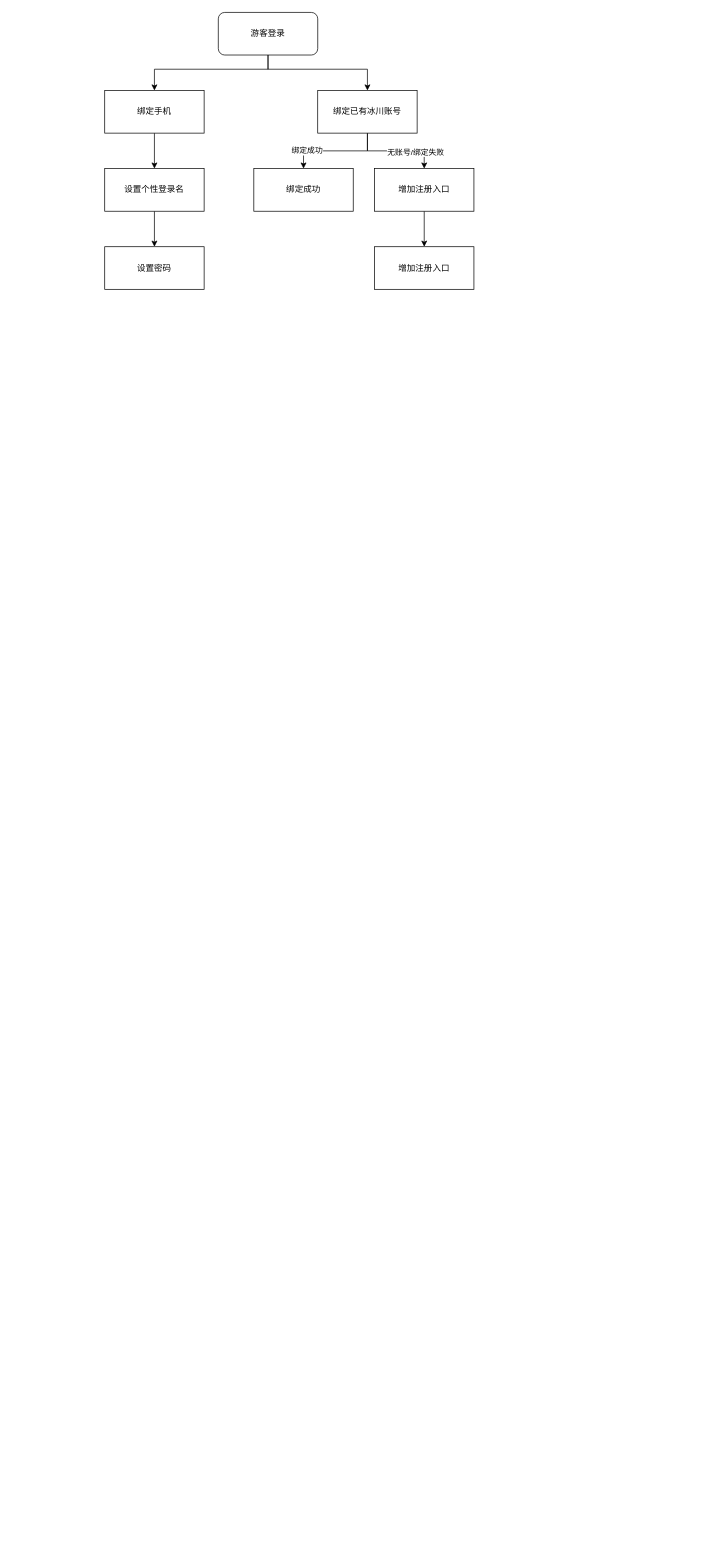
The draw.io diagram page "游客升级" (3 of 4) of SDK1期.drawio in a3336595/-, before the edit. Source tidied: cells renumbered, new cells numbered last; positions are measured from the earlier drawing's top-left corner, leaving out a move shared by most shapes. Both pictures are drawn from the tidied source at 71%, with x=0, y=0 at pixel (104, 12).
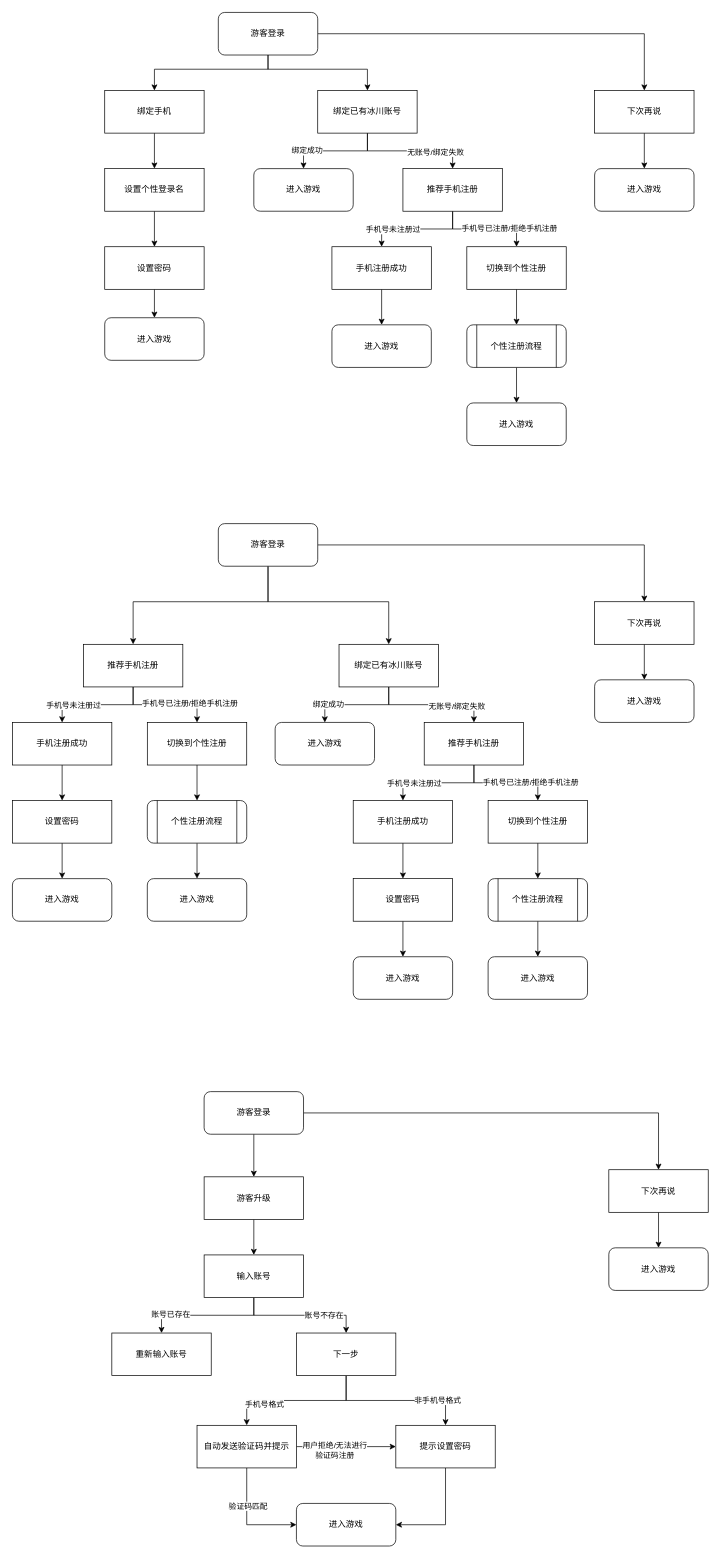
The same page after the edit.

The change refers to these unchanged cells:
```xml
<mxCell id="4" value="游客登录" style="rounded=1;whiteSpace=wrap;html=1;" parent="1" vertex="1">
  <mxGeometry x="160" width="140" height="60" as="geometry" />
</mxCell>
<mxCell id="14" value="设置密码" style="rounded=0;whiteSpace=wrap;html=1;" parent="1" vertex="1">
  <mxGeometry y="330" width="140" height="60" as="geometry" />
</mxCell>
<mxCell id="15" style="edgeStyle=orthogonalEdgeStyle;rounded=0;jettySize=auto;html=1;" parent="1" edge="1" source="16" target="17">
  <mxGeometry relative="1" as="geometry" />
</mxCell>
```

What changed in the source:
```diff
@@
+    <mxCell id="19" style="edgeStyle=orthogonalEdgeStyle;rounded=0;jettySize=auto;html=1;entryX=0.5;entryY=0;entryDx=0;entryDy=0;" parent="1" edge="1" source="4" target="33">
+      <mxGeometry relative="1" as="geometry" />
+    </mxCell>
@@
+    <mxCell id="20" style="edgeStyle=orthogonalEdgeStyle;rounded=0;jettySize=auto;html=1;entryX=0.5;entryY=0;entryDx=0;entryDy=0;" parent="1" edge="1" source="14" target="27">
+      <mxGeometry relative="1" as="geometry" />
+    </mxCell>
@@
+    <mxCell id="21" value="手机号已注册/拒绝手机注册" style="edgeLabel;html=1;align=center;verticalAlign=middle;" parent="15" vertex="1">
+      <mxGeometry x="0.49" y="2" relative="1" as="geometry" />
+    </mxCell>
+    <mxCell id="22" style="edgeStyle=orthogonalEdgeStyle;rounded=0;jettySize=auto;html=1;" parent="1" edge="1" source="16" target="26">
+      <mxGeometry relative="1" as="geometry" />
+    </mxCell>
+    <mxCell id="23" value="手机号未注册过" style="edgeLabel;html=1;align=center;verticalAlign=middle;" parent="22" vertex="1">
+      <mxGeometry x="0.46" relative="1" as="geometry" />
+    </mxCell>
-    <mxCell id="16" value="增加注册入口" style="rounded=0;whiteSpace=wrap;html=1;" parent="1" vertex="1">
-      <mxGeometry x="380" y="220" width="140" height="60" as="geometry" />
+    <mxCell id="16" value="推荐手机注册" style="rounded=0;whiteSpace=wrap;html=1;" parent="1" vertex="1">
+      <mxGeometry x="420" y="220" width="140" height="60" as="geometry" />
     </mxCell>
+    <mxCell id="24" style="edgeStyle=orthogonalEdgeStyle;rounded=0;jettySize=auto;html=1;" parent="1" edge="1" source="17" target="30">
+      <mxGeometry relative="1" as="geometry" />
+    </mxCell>
-    <mxCell id="17" value="增加注册入口" style="rounded=0;whiteSpace=wrap;html=1;" parent="1" vertex="1">
-      <mxGeometry x="380" y="330" width="140" height="60" as="geometry" />
+    <mxCell id="17" value="切换到个性注册" style="rounded=0;whiteSpace=wrap;html=1;" parent="1" vertex="1">
+      <mxGeometry x="510" y="330" width="140" height="60" as="geometry" />
     </mxCell>
-    <mxCell id="18" value="绑定成功" style="rounded=0;whiteSpace=wrap;html=1;" parent="1" vertex="1">
+    <mxCell id="18" value="进入游戏" style="rounded=1;whiteSpace=wrap;html=1;" parent="1" vertex="1">
       <mxGeometry x="210" y="220" width="140" height="60" as="geometry" />
     </mxCell>
+    <mxCell id="25" style="edgeStyle=orthogonalEdgeStyle;rounded=0;jettySize=auto;html=1;" parent="1" edge="1" source="26" target="28">
+      <mxGeometry relative="1" as="geometry" />
+    </mxCell>
+    <mxCell id="26" value="手机注册成功" style="rounded=0;whiteSpace=wrap;html=1;" parent="1" vertex="1">
+      <mxGeometry x="320" y="330" width="140" height="60" as="geometry" />
+    </mxCell>
+    <mxCell id="27" value="进入游戏" style="rounded=1;whiteSpace=wrap;html=1;" parent="1" vertex="1">
+      <mxGeometry y="430" width="140" height="60" as="geometry" />
+    </mxCell>
+    <mxCell id="28" value="进入游戏" style="rounded=1;whiteSpace=wrap;html=1;" parent="1" vertex="1">
+      <mxGeometry x="320" y="440" width="140" height="60" as="geometry" />
+    </mxCell>
+    <mxCell id="29" style="edgeStyle=orthogonalEdgeStyle;rounded=0;jettySize=auto;html=1;" parent="1" edge="1" source="30" target="31">
+      <mxGeometry relative="1" as="geometry" />
+    </mxCell>
+    <mxCell id="30" value="个性注册流程" style="shape=process;whiteSpace=wrap;html=1;backgroundOutline=1;rounded=1;" parent="1" vertex="1">
+      <mxGeometry x="510" y="440" width="140" height="60" as="geometry" />
+    </mxCell>
+    <mxCell id="31" value="进入游戏" style="rounded=1;whiteSpace=wrap;html=1;" parent="1" vertex="1">
+      <mxGeometry x="510" y="550" width="140" height="60" as="geometry" />
+    </mxCell>
+    <mxCell id="32" style="edgeStyle=orthogonalEdgeStyle;rounded=0;jettySize=auto;html=1;" parent="1" edge="1" source="33" target="34">
+      <mxGeometry relative="1" as="geometry" />
+    </mxCell>
+    <mxCell id="33" value="下次再说" style="rounded=0;whiteSpace=wrap;html=1;" parent="1" vertex="1">
+      <mxGeometry x="690" y="110" width="140" height="60" as="geometry" />
+    </mxCell>
+    <mxCell id="34" value="进入游戏" style="rounded=1;whiteSpace=wrap;html=1;" parent="1" vertex="1">
+      <mxGeometry x="690" y="220" width="140" height="60" as="geometry" />
+    </mxCell>
+    <mxCell id="35" style="edgeStyle=orthogonalEdgeStyle;rounded=0;jettySize=auto;html=1;entryX=0.5;entryY=0;entryDx=0;entryDy=0;" parent="1" edge="1" source="38" target="59">
+      <mxGeometry relative="1" as="geometry" />
+    </mxCell>
+    <mxCell id="36" style="edgeStyle=orthogonalEdgeStyle;rounded=0;jettySize=auto;html=1;entryX=0.5;entryY=0;entryDx=0;entryDy=0;" parent="1" edge="1" target="67">
+      <mxGeometry relative="1" as="geometry">
+        <mxPoint x="230" y="780" as="sourcePoint" />
+        <Array as="points">
+          <mxPoint x="230" y="830" />
+          <mxPoint x="40" y="830" />
+        </Array>
+      </mxGeometry>
+    </mxCell>
+    <mxCell id="37" style="edgeStyle=orthogonalEdgeStyle;rounded=0;jettySize=auto;html=1;entryX=0.5;entryY=0;entryDx=0;entryDy=0;exitX=0.5;exitY=1;exitDx=0;exitDy=0;" parent="1" edge="1" source="38" target="43">
+      <mxGeometry relative="1" as="geometry">
+        <Array as="points">
+          <mxPoint x="230" y="830" />
+          <mxPoint x="400" y="830" />
+        </Array>
+      </mxGeometry>
+    </mxCell>
+    <mxCell id="38" value="游客登录" style="rounded=1;whiteSpace=wrap;html=1;" parent="1" vertex="1">
+      <mxGeometry x="160" y="720" width="140" height="60" as="geometry" />
+    </mxCell>
+    <mxCell id="39" style="edgeStyle=orthogonalEdgeStyle;rounded=0;jettySize=auto;html=1;" parent="1" edge="1" source="43" target="48">
+      <mxGeometry relative="1" as="geometry" />
+    </mxCell>
+    <mxCell id="40" value="无账号/绑定失败" style="edgeLabel;html=1;align=center;verticalAlign=middle;" parent="39" vertex="1">
+      <mxGeometry x="0.41" y="-1" relative="1" as="geometry" />
+    </mxCell>
+    <mxCell id="41" style="edgeStyle=orthogonalEdgeStyle;rounded=0;jettySize=auto;html=1;entryX=0.5;entryY=0;entryDx=0;entryDy=0;" parent="1" edge="1" source="43" target="51">
+      <mxGeometry relative="1" as="geometry" />
+    </mxCell>
+    <mxCell id="42" value="&lt;span style=&quot;font: 11px / 1.2 &amp;#34;helvetica&amp;#34; ; text-align: center ; color: rgb(0 , 0 , 0) ; text-transform: none ; text-indent: 0px ; letter-spacing: normal ; text-decoration: none ; word-spacing: 0px ; display: inline ; float: none ; overflow-wrap: normal ; background-color: rgb(255 , 255 , 255)&quot;&gt;绑定成功&lt;/span&gt;" style="edgeLabel;html=1;align=center;verticalAlign=middle;" parent="41" vertex="1">
+      <mxGeometry x="0.59" y="-1" relative="1" as="geometry" />
+    </mxCell>
+    <mxCell id="43" value="绑定已有冰川账号" style="rounded=0;whiteSpace=wrap;html=1;" parent="1" vertex="1">
+      <mxGeometry x="330" y="890" width="140" height="60" as="geometry" />
+    </mxCell>
+    <mxCell id="44" style="edgeStyle=orthogonalEdgeStyle;rounded=0;jettySize=auto;html=1;" parent="1" edge="1" source="48" target="50">
+      <mxGeometry relative="1" as="geometry" />
+    </mxCell>
+    <mxCell id="45" value="手机号已注册/拒绝手机注册" style="edgeLabel;html=1;align=center;verticalAlign=middle;" parent="44" vertex="1">
+      <mxGeometry x="0.49" y="2" relative="1" as="geometry" />
+    </mxCell>
+    <mxCell id="46" style="edgeStyle=orthogonalEdgeStyle;rounded=0;jettySize=auto;html=1;" parent="1" edge="1" source="48" target="53">
+      <mxGeometry relative="1" as="geometry" />
+    </mxCell>
+    <mxCell id="47" value="手机号未注册过" style="edgeLabel;html=1;align=center;verticalAlign=middle;" parent="46" vertex="1">
+      <mxGeometry x="0.46" relative="1" as="geometry" />
+    </mxCell>
+    <mxCell id="48" value="推荐手机注册" style="rounded=0;whiteSpace=wrap;html=1;" parent="1" vertex="1">
+      <mxGeometry x="450" y="1000" width="140" height="60" as="geometry" />
+    </mxCell>
+    <mxCell id="49" style="edgeStyle=orthogonalEdgeStyle;rounded=0;jettySize=auto;html=1;" parent="1" edge="1" source="50" target="56">
+      <mxGeometry relative="1" as="geometry" />
+    </mxCell>
+    <mxCell id="50" value="切换到个性注册" style="rounded=0;whiteSpace=wrap;html=1;" parent="1" vertex="1">
+      <mxGeometry x="540" y="1110" width="140" height="60" as="geometry" />
+    </mxCell>
+    <mxCell id="51" value="进入游戏" style="rounded=1;whiteSpace=wrap;html=1;" parent="1" vertex="1">
+      <mxGeometry x="240" y="1000" width="140" height="60" as="geometry" />
+    </mxCell>
+    <mxCell id="52" style="edgeStyle=orthogonalEdgeStyle;rounded=0;jettySize=auto;html=1;entryX=0.5;entryY=0;entryDx=0;entryDy=0;" parent="1" edge="1" source="53" target="62">
+      <mxGeometry relative="1" as="geometry" />
+    </mxCell>
+    <mxCell id="53" value="手机注册成功" style="rounded=0;whiteSpace=wrap;html=1;" parent="1" vertex="1">
+      <mxGeometry x="350" y="1110" width="140" height="60" as="geometry" />
+    </mxCell>
+    <mxCell id="54" value="进入游戏" style="rounded=1;whiteSpace=wrap;html=1;" parent="1" vertex="1">
+      <mxGeometry x="350" y="1330" width="140" height="60" as="geometry" />
+    </mxCell>
+    <mxCell id="55" style="edgeStyle=orthogonalEdgeStyle;rounded=0;jettySize=auto;html=1;" parent="1" edge="1" source="56" target="57">
+      <mxGeometry relative="1" as="geometry" />
+    </mxCell>
+    <mxCell id="56" value="个性注册流程" style="shape=process;whiteSpace=wrap;html=1;backgroundOutline=1;rounded=1;" parent="1" vertex="1">
+      <mxGeometry x="540" y="1220" width="140" height="60" as="geometry" />
+    </mxCell>
+    <mxCell id="57" value="进入游戏" style="rounded=1;whiteSpace=wrap;html=1;" parent="1" vertex="1">
+      <mxGeometry x="540" y="1330" width="140" height="60" as="geometry" />
+    </mxCell>
+    <mxCell id="58" style="edgeStyle=orthogonalEdgeStyle;rounded=0;jettySize=auto;html=1;" parent="1" edge="1" source="59" target="60">
+      <mxGeometry relative="1" as="geometry" />
+    </mxCell>
+    <mxCell id="59" value="下次再说" style="rounded=0;whiteSpace=wrap;html=1;" parent="1" vertex="1">
+      <mxGeometry x="690" y="830" width="140" height="60" as="geometry" />
+    </mxCell>
+    <mxCell id="60" value="进入游戏" style="rounded=1;whiteSpace=wrap;html=1;" parent="1" vertex="1">
+      <mxGeometry x="690" y="940" width="140" height="60" as="geometry" />
+    </mxCell>
+    <mxCell id="61" style="edgeStyle=orthogonalEdgeStyle;rounded=0;jettySize=auto;html=1;entryX=0.5;entryY=0;entryDx=0;entryDy=0;" parent="1" edge="1" source="62" target="54">
+      <mxGeometry relative="1" as="geometry" />
+    </mxCell>
+    <mxCell id="62" value="设置密码" style="rounded=0;whiteSpace=wrap;html=1;" parent="1" vertex="1">
+      <mxGeometry x="350" y="1220" width="140" height="60" as="geometry" />
+    </mxCell>
+    <mxCell id="63" style="edgeStyle=orthogonalEdgeStyle;rounded=0;jettySize=auto;html=1;" parent="1" edge="1" source="67" target="69">
+      <mxGeometry relative="1" as="geometry" />
+    </mxCell>
+    <mxCell id="64" value="手机号已注册/拒绝手机注册" style="edgeLabel;html=1;align=center;verticalAlign=middle;" parent="63" vertex="1">
+      <mxGeometry x="0.49" y="2" relative="1" as="geometry" />
+    </mxCell>
+    <mxCell id="65" style="edgeStyle=orthogonalEdgeStyle;rounded=0;jettySize=auto;html=1;" parent="1" edge="1" source="67" target="71">
+      <mxGeometry relative="1" as="geometry" />
+    </mxCell>
+    <mxCell id="66" value="手机号未注册过" style="edgeLabel;html=1;align=center;verticalAlign=middle;" parent="65" vertex="1">
+      <mxGeometry x="0.46" relative="1" as="geometry" />
+    </mxCell>
+    <mxCell id="67" value="推荐手机注册" style="rounded=0;whiteSpace=wrap;html=1;" parent="1" vertex="1">
+      <mxGeometry x="-30" y="890" width="140" height="60" as="geometry" />
+    </mxCell>
+    <mxCell id="68" style="edgeStyle=orthogonalEdgeStyle;rounded=0;jettySize=auto;html=1;" parent="1" edge="1" source="69" target="74">
+      <mxGeometry relative="1" as="geometry" />
+    </mxCell>
+    <mxCell id="69" value="切换到个性注册" style="rounded=0;whiteSpace=wrap;html=1;" parent="1" vertex="1">
+      <mxGeometry x="60" y="1000" width="140" height="60" as="geometry" />
+    </mxCell>
+    <mxCell id="70" style="edgeStyle=orthogonalEdgeStyle;rounded=0;jettySize=auto;html=1;entryX=0.5;entryY=0;entryDx=0;entryDy=0;" parent="1" edge="1" source="71" target="77">
+      <mxGeometry relative="1" as="geometry" />
+    </mxCell>
+    <mxCell id="71" value="手机注册成功" style="rounded=0;whiteSpace=wrap;html=1;" parent="1" vertex="1">
+      <mxGeometry x="-130" y="1000" width="140" height="60" as="geometry" />
+    </mxCell>
+    <mxCell id="72" value="进入游戏" style="rounded=1;whiteSpace=wrap;html=1;" parent="1" vertex="1">
+      <mxGeometry x="-130" y="1220" width="140" height="60" as="geometry" />
+    </mxCell>
+    <mxCell id="73" style="edgeStyle=orthogonalEdgeStyle;rounded=0;jettySize=auto;html=1;" parent="1" edge="1" source="74" target="75">
+      <mxGeometry relative="1" as="geometry" />
+    </mxCell>
+    <mxCell id="74" value="个性注册流程" style="shape=process;whiteSpace=wrap;html=1;backgroundOutline=1;rounded=1;" parent="1" vertex="1">
+      <mxGeometry x="60" y="1110" width="140" height="60" as="geometry" />
+    </mxCell>
+    <mxCell id="75" value="进入游戏" style="rounded=1;whiteSpace=wrap;html=1;" parent="1" vertex="1">
+      <mxGeometry x="60" y="1220" width="140" height="60" as="geometry" />
+    </mxCell>
+    <mxCell id="76" style="edgeStyle=orthogonalEdgeStyle;rounded=0;jettySize=auto;html=1;entryX=0.5;entryY=0;entryDx=0;entryDy=0;" parent="1" edge="1" source="77" target="72">
+      <mxGeometry relative="1" as="geometry" />
+    </mxCell>
+    <mxCell id="77" value="设置密码" style="rounded=0;whiteSpace=wrap;html=1;" parent="1" vertex="1">
+      <mxGeometry x="-130" y="1110" width="140" height="60" as="geometry" />
+    </mxCell>
+    <mxCell id="78" style="edgeStyle=orthogonalEdgeStyle;rounded=0;jettySize=auto;html=1;entryX=0.5;entryY=0;entryDx=0;entryDy=0;" parent="1" edge="1" source="80" target="84">
+      <mxGeometry relative="1" as="geometry" />
+    </mxCell>
+    <mxCell id="79" style="edgeStyle=orthogonalEdgeStyle;rounded=0;jettySize=auto;html=1;" parent="1" edge="1" source="80" target="82">
+      <mxGeometry relative="1" as="geometry" />
+    </mxCell>
+    <mxCell id="80" value="游客登录" style="rounded=1;whiteSpace=wrap;html=1;" parent="1" vertex="1">
+      <mxGeometry x="140" y="1520" width="140" height="60" as="geometry" />
+    </mxCell>
+    <mxCell id="81" style="edgeStyle=orthogonalEdgeStyle;rounded=0;jettySize=auto;html=1;" parent="1" edge="1" source="82" target="90">
+      <mxGeometry relative="1" as="geometry" />
+    </mxCell>
+    <mxCell id="82" value="游客升级" style="rounded=0;whiteSpace=wrap;html=1;" parent="1" vertex="1">
+      <mxGeometry x="140" y="1640" width="140" height="60" as="geometry" />
+    </mxCell>
+    <mxCell id="83" style="edgeStyle=orthogonalEdgeStyle;rounded=0;jettySize=auto;html=1;" parent="1" edge="1" source="84" target="85">
+      <mxGeometry relative="1" as="geometry" />
+    </mxCell>
+    <mxCell id="84" value="下次再说" style="rounded=0;whiteSpace=wrap;html=1;" parent="1" vertex="1">
+      <mxGeometry x="710" y="1630" width="140" height="60" as="geometry" />
+    </mxCell>
+    <mxCell id="85" value="进入游戏" style="rounded=1;whiteSpace=wrap;html=1;" parent="1" vertex="1">
+      <mxGeometry x="710" y="1740" width="140" height="60" as="geometry" />
+    </mxCell>
+    <mxCell id="86" style="edgeStyle=orthogonalEdgeStyle;rounded=0;jettySize=auto;html=1;" parent="1" edge="1" source="90" target="95">
+      <mxGeometry relative="1" as="geometry" />
+    </mxCell>
+    <mxCell id="87" value="账号不存在" style="edgeLabel;html=1;align=center;verticalAlign=middle;" parent="86" vertex="1">
+      <mxGeometry x="0.37" y="1" relative="1" as="geometry" />
+    </mxCell>
+    <mxCell id="88" style="edgeStyle=orthogonalEdgeStyle;rounded=0;jettySize=auto;html=1;entryX=0.5;entryY=0;entryDx=0;entryDy=0;" parent="1" edge="1" source="90" target="96">
+      <mxGeometry relative="1" as="geometry" />
+    </mxCell>
+    <mxCell id="89" value="账号已存在" style="edgeLabel;html=1;align=center;verticalAlign=middle;" parent="88" vertex="1">
+      <mxGeometry x="0.59" y="-2" relative="1" as="geometry" />
+    </mxCell>
+    <mxCell id="90" value="输入账号" style="rounded=0;whiteSpace=wrap;html=1;" parent="1" vertex="1">
+      <mxGeometry x="140" y="1750" width="140" height="60" as="geometry" />
+    </mxCell>
+    <mxCell id="91" style="edgeStyle=orthogonalEdgeStyle;rounded=0;jettySize=auto;html=1;" parent="1" edge="1" source="95" target="101">
+      <mxGeometry relative="1" as="geometry" />
+    </mxCell>
+    <mxCell id="92" value="手机号格式" style="edgeLabel;html=1;align=center;verticalAlign=middle;" parent="91" vertex="1">
+      <mxGeometry x="0.44" y="4" relative="1" as="geometry" />
+    </mxCell>
+    <mxCell id="93" style="edgeStyle=orthogonalEdgeStyle;rounded=0;jettySize=auto;html=1;" parent="1" edge="1" source="95" target="103">
+      <mxGeometry relative="1" as="geometry" />
+    </mxCell>
+    <mxCell id="94" value="非手机号格式" style="edgeLabel;html=1;align=center;verticalAlign=middle;" parent="93" vertex="1">
+      <mxGeometry x="0.55" y="1" relative="1" as="geometry" />
+    </mxCell>
+    <mxCell id="95" value="下一步" style="rounded=0;whiteSpace=wrap;html=1;" parent="1" vertex="1">
+      <mxGeometry x="270" y="1860" width="140" height="60" as="geometry" />
+    </mxCell>
+    <mxCell id="96" value="重新输入账号" style="rounded=0;whiteSpace=wrap;html=1;" parent="1" vertex="1">
+      <mxGeometry x="10" y="1860" width="140" height="60" as="geometry" />
+    </mxCell>
+    <mxCell id="97" style="edgeStyle=orthogonalEdgeStyle;rounded=0;jettySize=auto;html=1;entryX=0;entryY=0.5;entryDx=0;entryDy=0;" parent="1" edge="1" source="101" target="104">
+      <mxGeometry relative="1" as="geometry" />
+    </mxCell>
+    <mxCell id="98" value="验证码匹配" style="edgeLabel;html=1;align=center;verticalAlign=middle;" parent="97" vertex="1">
+      <mxGeometry x="-0.3" y="1" relative="1" as="geometry" />
+    </mxCell>
+    <mxCell id="99" style="edgeStyle=orthogonalEdgeStyle;rounded=0;jettySize=auto;html=1;entryX=0;entryY=0.5;entryDx=0;entryDy=0;" parent="1" edge="1" source="101" target="103">
+      <mxGeometry relative="1" as="geometry" />
+    </mxCell>
+    <mxCell id="100" value="用户拒绝/无法进行&lt;br&gt;验证码注册" style="edgeLabel;html=1;align=center;verticalAlign=middle;" parent="99" vertex="1">
+      <mxGeometry x="-0.25" y="-5" relative="1" as="geometry" />
+    </mxCell>
+    <mxCell id="101" value="自动发送验证码并提示" style="rounded=0;whiteSpace=wrap;html=1;" parent="1" vertex="1">
+      <mxGeometry x="130" y="1990" width="140" height="60" as="geometry" />
+    </mxCell>
+    <mxCell id="102" style="edgeStyle=orthogonalEdgeStyle;rounded=0;jettySize=auto;html=1;entryX=1;entryY=0.5;entryDx=0;entryDy=0;exitX=0.5;exitY=1;exitDx=0;exitDy=0;" parent="1" edge="1" source="103" target="104">
+      <mxGeometry relative="1" as="geometry" />
+    </mxCell>
+    <mxCell id="103" value="提示设置密码" style="rounded=0;whiteSpace=wrap;html=1;" parent="1" vertex="1">
+      <mxGeometry x="410" y="1990" width="140" height="60" as="geometry" />
+    </mxCell>
+    <mxCell id="104" value="进入游戏" style="rounded=1;whiteSpace=wrap;html=1;" parent="1" vertex="1">
+      <mxGeometry x="270" y="2100" width="140" height="60" as="geometry" />
+    </mxCell>
```
